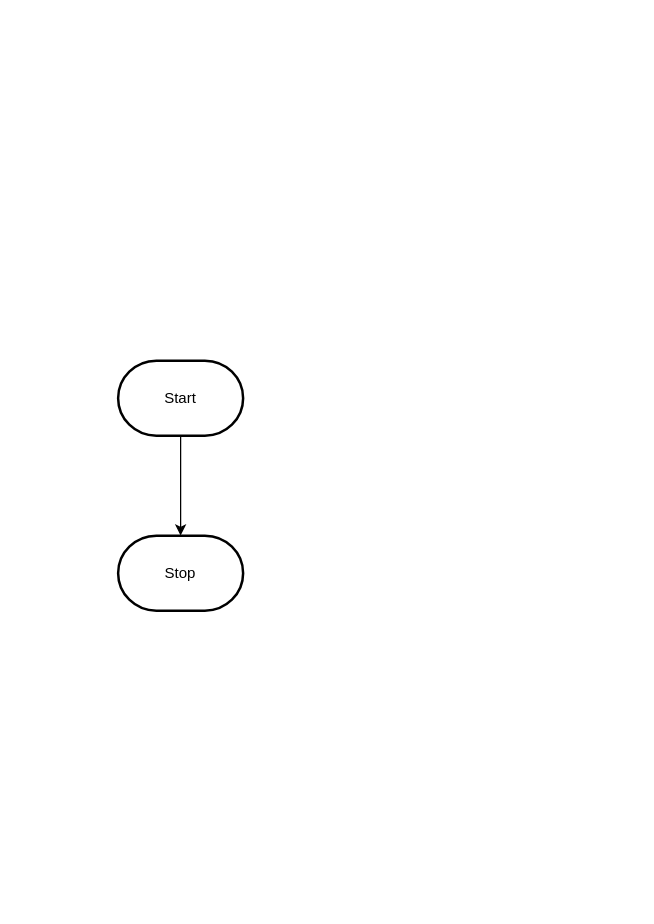
The draw.io diagram design/flowchart.drawio in MTHS-ICD2O-1-2023/ICD2O-Unit-5-08-manya-feng, before the edit. Source tidied: cells renumbered, new cells numbered last; positions are measured from the earlier drawing's top-left corner, leaving out a move shared by most shapes. Both pictures are drawn from the tidied source at 125%, with x=0, y=0 at pixel (118, 360).
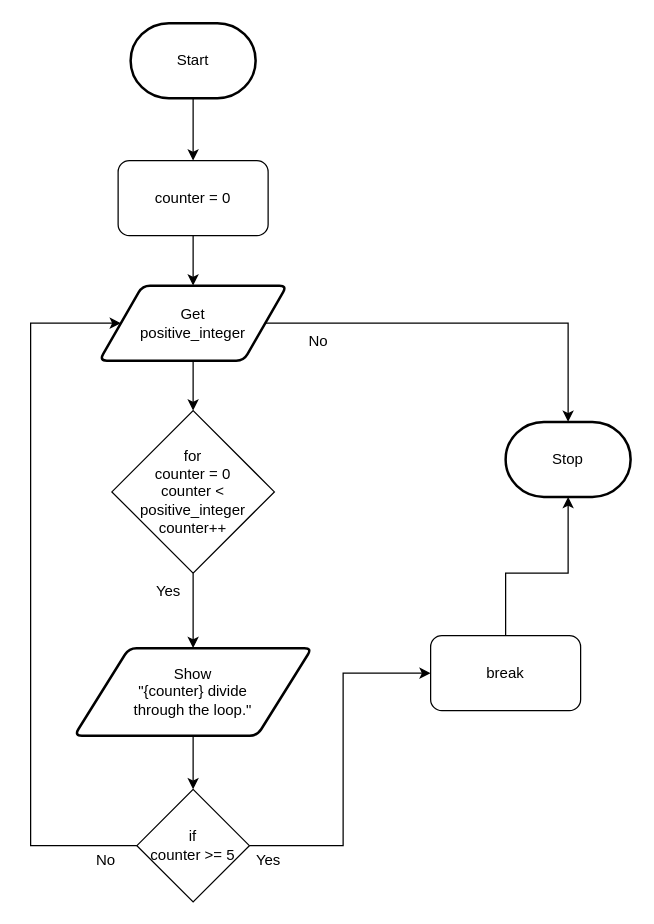
The same page after the edit.

What changed in the source:
```diff
@@
-    <mxCell id="2" style="edgeStyle=orthogonalEdgeStyle;html=1;rounded=0;" parent="1" edge="1" source="3" target="4">
-      <mxGeometry relative="1" as="geometry" />
-    </mxCell>
+    <mxCell id="5" style="edgeStyle=none;html=1;exitX=0.5;exitY=1;exitDx=0;exitDy=0;exitPerimeter=0;" parent="1" edge="1" source="3" target="2">
+      <mxGeometry relative="1" as="geometry" />
+    </mxCell>
     <mxCell id="3" value="Start" style="strokeWidth=2;html=1;shape=mxgraph.flowchart.terminator;whiteSpace=wrap;" parent="1" vertex="1">
-      <mxGeometry width="100" height="60" as="geometry" />
+      <mxGeometry x="10" y="-270" width="100" height="60" as="geometry" />
     </mxCell>
     <mxCell id="4" value="Stop" style="strokeWidth=2;html=1;shape=mxgraph.flowchart.terminator;whiteSpace=wrap;" parent="1" vertex="1">
-      <mxGeometry y="140" width="100" height="60" as="geometry" />
+      <mxGeometry x="310" y="49" width="100" height="60" as="geometry" />
     </mxCell>
+    <mxCell id="6" style="edgeStyle=none;html=1;exitX=0.5;exitY=1;exitDx=0;exitDy=0;entryX=0.5;entryY=0;entryDx=0;entryDy=0;" parent="1" edge="1" source="2" target="9">
+      <mxGeometry relative="1" as="geometry" />
+    </mxCell>
+    <mxCell id="2" value="counter = 0" style="rounded=1;whiteSpace=wrap;html=1;" parent="1" vertex="1">
+      <mxGeometry y="-160" width="120" height="60" as="geometry" />
+    </mxCell>
+    <mxCell id="7" style="edgeStyle=none;html=1;exitX=0.5;exitY=1;exitDx=0;exitDy=0;entryX=0.5;entryY=0;entryDx=0;entryDy=0;" parent="1" edge="1" source="9" target="11">
+      <mxGeometry relative="1" as="geometry" />
+    </mxCell>
+    <mxCell id="8" style="edgeStyle=none;rounded=0;html=1;exitX=1;exitY=0.5;exitDx=0;exitDy=0;entryX=0.5;entryY=0;entryDx=0;entryDy=0;entryPerimeter=0;" parent="1" edge="1" source="9" target="4">
+      <mxGeometry relative="1" as="geometry">
+        <Array as="points">
+          <mxPoint x="360" y="-30" />
+        </Array>
+      </mxGeometry>
+    </mxCell>
+    <mxCell id="9" value="Get&lt;br&gt;positive_integer" style="shape=parallelogram;html=1;strokeWidth=2;perimeter=parallelogramPerimeter;whiteSpace=wrap;rounded=1;arcSize=12;size=0.23;" parent="1" vertex="1">
+      <mxGeometry x="-15" y="-60" width="150" height="60" as="geometry" />
+    </mxCell>
+    <mxCell id="10" style="edgeStyle=none;html=1;exitX=0.5;exitY=1;exitDx=0;exitDy=0;entryX=0.5;entryY=0;entryDx=0;entryDy=0;" parent="1" edge="1" source="11" target="13">
+      <mxGeometry relative="1" as="geometry" />
+    </mxCell>
+    <mxCell id="11" value="for&lt;br&gt;counter = 0&lt;br&gt;counter &amp;lt; positive_integer&lt;br&gt;counter++" style="rhombus;whiteSpace=wrap;html=1;" parent="1" vertex="1">
+      <mxGeometry x="-5" y="40" width="130" height="130" as="geometry" />
+    </mxCell>
+    <mxCell id="12" style="edgeStyle=none;html=1;exitX=0.5;exitY=1;exitDx=0;exitDy=0;entryX=0.5;entryY=0;entryDx=0;entryDy=0;" parent="1" edge="1" source="13" target="18">
+      <mxGeometry relative="1" as="geometry" />
+    </mxCell>
+    <mxCell id="13" value="Show&lt;br&gt;&quot;{counter} divide&lt;br&gt;through the loop.&quot;" style="shape=parallelogram;html=1;strokeWidth=2;perimeter=parallelogramPerimeter;whiteSpace=wrap;rounded=1;arcSize=12;size=0.23;" parent="1" vertex="1">
+      <mxGeometry x="-35" y="230" width="190" height="70" as="geometry" />
+    </mxCell>
+    <mxCell id="14" style="edgeStyle=none;html=1;exitX=0;exitY=0.5;exitDx=0;exitDy=0;entryX=0;entryY=0.5;entryDx=0;entryDy=0;rounded=0;" parent="1" edge="1" source="18">
+      <mxGeometry relative="1" as="geometry">
+        <mxPoint x="2.2" y="-30" as="targetPoint" />
+        <Array as="points">
+          <mxPoint x="-70" y="388" />
+          <mxPoint x="-70" y="-30" />
+        </Array>
+      </mxGeometry>
+    </mxCell>
+    <mxCell id="15" value="Yes" style="text;html=1;align=center;verticalAlign=middle;strokeColor=none;fillColor=none;" parent="1" vertex="1">
+      <mxGeometry x="20" y="170" width="40" height="30" as="geometry" />
+    </mxCell>
+    <mxCell id="16" value="No" style="text;html=1;align=center;verticalAlign=middle;strokeColor=none;fillColor=none;" parent="1" vertex="1">
+      <mxGeometry x="140" y="-30" width="40" height="30" as="geometry" />
+    </mxCell>
+    <mxCell id="17" style="edgeStyle=none;rounded=0;html=1;exitX=1;exitY=0.5;exitDx=0;exitDy=0;entryX=0;entryY=0.5;entryDx=0;entryDy=0;" parent="1" edge="1" source="18" target="20">
+      <mxGeometry relative="1" as="geometry">
+        <Array as="points">
+          <mxPoint x="180" y="388" />
+          <mxPoint x="180" y="250" />
+        </Array>
+      </mxGeometry>
+    </mxCell>
+    <mxCell id="18" value="if&lt;br&gt;counter &amp;gt;= 5" style="rhombus;whiteSpace=wrap;html=1;" parent="1" vertex="1">
+      <mxGeometry x="15" y="343" width="90" height="90" as="geometry" />
+    </mxCell>
+    <mxCell id="19" style="edgeStyle=none;rounded=0;html=1;exitX=0.5;exitY=0;exitDx=0;exitDy=0;entryX=0.5;entryY=1;entryDx=0;entryDy=0;entryPerimeter=0;" parent="1" edge="1" source="20" target="4">
+      <mxGeometry relative="1" as="geometry">
+        <Array as="points">
+          <mxPoint x="310" y="170" />
+          <mxPoint x="360" y="170" />
+        </Array>
+      </mxGeometry>
+    </mxCell>
+    <mxCell id="20" value="break" style="rounded=1;whiteSpace=wrap;html=1;" parent="1" vertex="1">
+      <mxGeometry x="250" y="220" width="120" height="60" as="geometry" />
+    </mxCell>
+    <mxCell id="21" value="No" style="text;html=1;align=center;verticalAlign=middle;strokeColor=none;fillColor=none;" parent="1" vertex="1">
+      <mxGeometry x="-30" y="385" width="40" height="30" as="geometry" />
+    </mxCell>
+    <mxCell id="22" value="Yes" style="text;html=1;align=center;verticalAlign=middle;strokeColor=none;fillColor=none;" parent="1" vertex="1">
+      <mxGeometry x="100" y="385" width="40" height="30" as="geometry" />
+    </mxCell>
```
